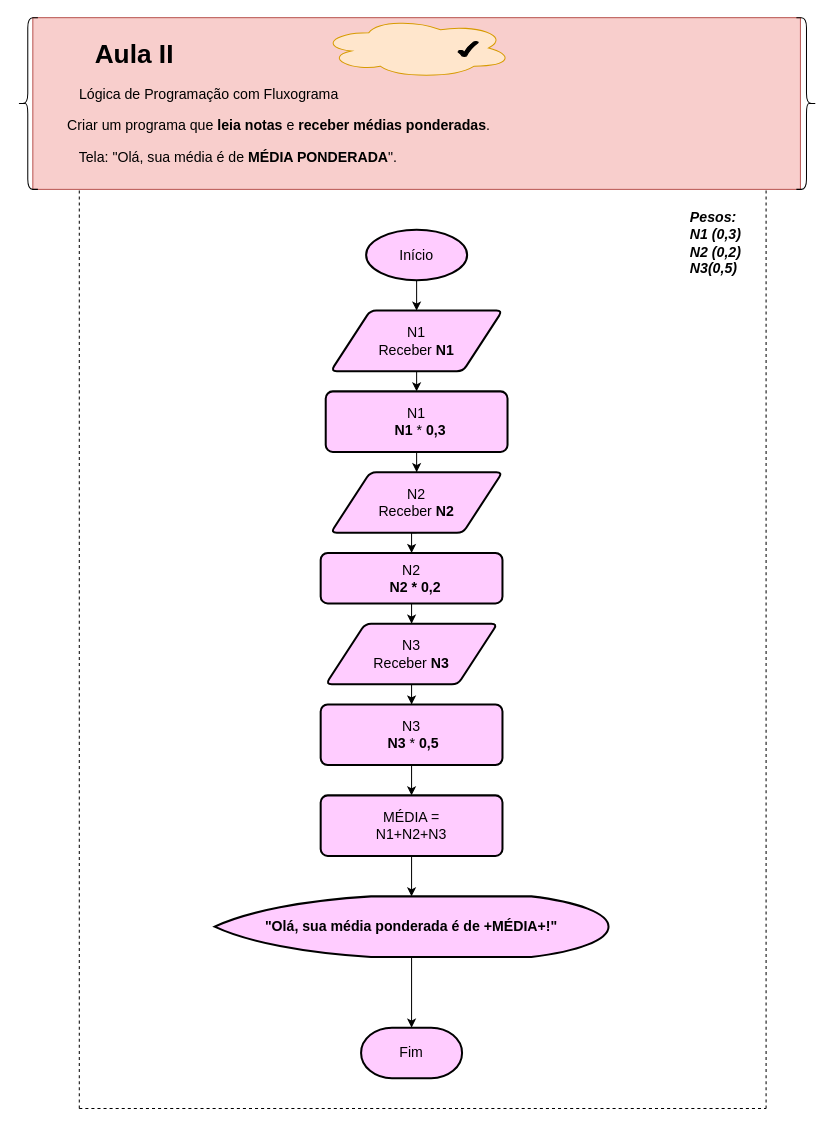
Earlier version of the draw.io diagram page "4.LeituraPonderada" (4 of 7) of Untitled Diagram.drawio (RafaelaCurti/CurtiCurso). Source tidied: cells renumbered, new cells numbered last; positions are measured from the earlier drawing's top-left corner, leaving out a move shared by most shapes. Both pictures are drawn from the tidied source at 101%, with x=0, y=0 at pixel (17, 17).
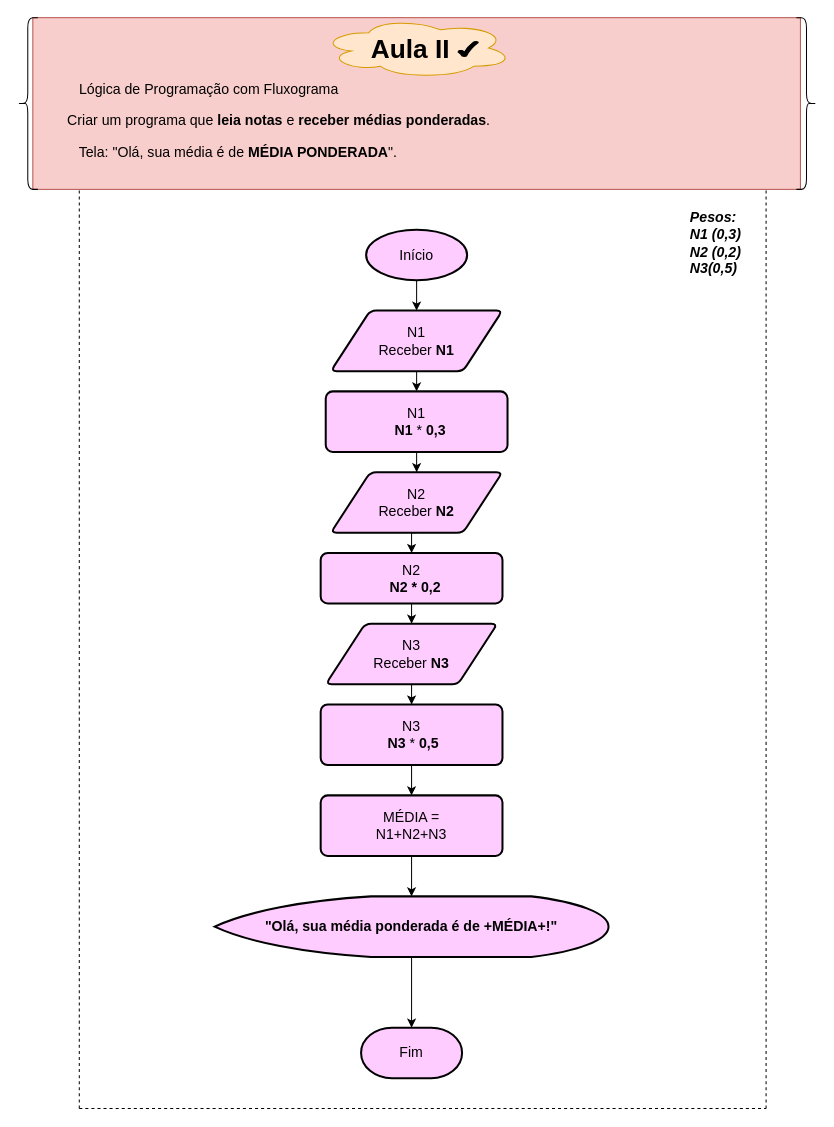
The same page after the edit.

Diff of the diagram source:
```diff
@@
-    <mxCell id="6" value="&lt;h1&gt;&lt;span style=&quot;white-space: pre&quot;&gt; &lt;/span&gt;&lt;span style=&quot;white-space: pre&quot;&gt; &lt;/span&gt;&lt;span style=&quot;white-space: pre&quot;&gt; &lt;/span&gt;&lt;span style=&quot;white-space: pre&quot;&gt; &lt;/span&gt;&lt;span style=&quot;white-space: pre&quot;&gt; &lt;/span&gt;&lt;span style=&quot;white-space: pre&quot;&gt; &lt;/span&gt;&amp;nbsp;&lt;font style=&quot;font-size: 26px&quot;&gt;Aula II&lt;/font&gt;&lt;br&gt;&lt;/h1&gt;&lt;p style=&quot;font-size: 14px&quot;&gt;&lt;span style=&quot;white-space: pre&quot;&gt; &lt;/span&gt;&lt;span style=&quot;white-space: pre&quot;&gt; &lt;/span&gt;&lt;span style=&quot;white-space: pre&quot;&gt; &lt;/span&gt;&lt;span style=&quot;white-space: pre&quot;&gt; &lt;/span&gt;&lt;span style=&quot;white-space: pre&quot;&gt; &lt;/span&gt;&lt;span style=&quot;white-space: pre&quot;&gt; &lt;/span&gt;&lt;span style=&quot;white-space: pre&quot;&gt; &lt;span style=&quot;white-space: pre&quot;&gt; &lt;/span&gt;&lt;/span&gt;Lógica de Programação com Fluxograma&lt;br&gt;&lt;/p&gt;&lt;p style=&quot;font-size: 14px&quot;&gt;&lt;span style=&quot;white-space: pre&quot;&gt; &lt;/span&gt;&lt;span style=&quot;white-space: pre&quot;&gt; &lt;span style=&quot;white-space: pre&quot;&gt; &lt;/span&gt;&lt;span style=&quot;white-space: pre&quot;&gt; &lt;/span&gt;&lt;span style=&quot;white-space: pre&quot;&gt; &lt;/span&gt;&lt;/span&gt;Criar um programa que &lt;b&gt;leia notas &lt;/b&gt;e &lt;b&gt;receber médias ponderadas&lt;/b&gt;.&amp;nbsp;&lt;/p&gt;&lt;p style=&quot;font-size: 14px&quot;&gt;&lt;span style=&quot;white-space: pre&quot;&gt; &lt;/span&gt;&lt;span style=&quot;white-space: pre&quot;&gt; &lt;/span&gt;&lt;span style=&quot;white-space: pre&quot;&gt; &lt;/span&gt;&lt;span style=&quot;white-space: pre&quot;&gt; &lt;/span&gt;&lt;span style=&quot;white-space: pre&quot;&gt; &lt;/span&gt;&lt;span style=&quot;white-space: pre&quot;&gt; &lt;/span&gt;&lt;span style=&quot;white-space: pre&quot;&gt; &lt;/span&gt;&lt;span style=&quot;white-space: pre&quot;&gt; &lt;/span&gt;Tela: &quot;Olá, sua média é de &lt;b&gt;MÉDIA PONDERADA&lt;/b&gt;&quot;.&lt;/p&gt;" style="text;html=1;strokeColor=none;fillColor=none;spacing=5;spacingTop=-20;whiteSpace=wrap;overflow=hidden;rounded=0;" parent="1" vertex="1">
-      <mxGeometry x="25" y="15" width="750" height="145" as="geometry" />
+    <mxCell id="6" value="&lt;h1&gt;&lt;span style=&quot;white-space: pre&quot;&gt; &lt;/span&gt;&lt;span style=&quot;white-space: pre&quot;&gt; &lt;/span&gt;&lt;span style=&quot;white-space: pre&quot;&gt; &lt;/span&gt;&lt;span style=&quot;white-space: pre&quot;&gt; &lt;/span&gt;&lt;span style=&quot;white-space: pre&quot;&gt; &lt;/span&gt;&lt;span style=&quot;white-space: pre&quot;&gt;                                          &lt;/span&gt;&amp;nbsp;&lt;font style=&quot;font-size: 26px&quot;&gt;Aula II&lt;/font&gt;&lt;br&gt;&lt;/h1&gt;&lt;p style=&quot;font-size: 14px&quot;&gt;&lt;span style=&quot;white-space: pre&quot;&gt; &lt;/span&gt;&lt;span style=&quot;white-space: pre&quot;&gt; &lt;/span&gt;&lt;span style=&quot;white-space: pre&quot;&gt; &lt;/span&gt;&lt;span style=&quot;white-space: pre&quot;&gt; &lt;/span&gt;&lt;span style=&quot;white-space: pre&quot;&gt; &lt;/span&gt;&lt;span style=&quot;white-space: pre&quot;&gt; &lt;/span&gt;&lt;span style=&quot;white-space: pre&quot;&gt; &lt;span style=&quot;white-space: pre&quot;&gt; &lt;/span&gt;&lt;/span&gt;Lógica de Programação com Fluxograma&lt;br&gt;&lt;/p&gt;&lt;p style=&quot;font-size: 14px&quot;&gt;&lt;span style=&quot;white-space: pre&quot;&gt; &lt;/span&gt;&lt;span style=&quot;white-space: pre&quot;&gt; &lt;span style=&quot;white-space: pre&quot;&gt; &lt;/span&gt;&lt;span style=&quot;white-space: pre&quot;&gt; &lt;/span&gt;&lt;span style=&quot;white-space: pre&quot;&gt; &lt;/span&gt;&lt;/span&gt;Criar um programa que &lt;b&gt;leia notas &lt;/b&gt;e &lt;b&gt;receber médias ponderadas&lt;/b&gt;.&amp;nbsp;&lt;/p&gt;&lt;p style=&quot;font-size: 14px&quot;&gt;&lt;span style=&quot;white-space: pre&quot;&gt; &lt;/span&gt;&lt;span style=&quot;white-space: pre&quot;&gt; &lt;/span&gt;&lt;span style=&quot;white-space: pre&quot;&gt; &lt;/span&gt;&lt;span style=&quot;white-space: pre&quot;&gt; &lt;/span&gt;&lt;span style=&quot;white-space: pre&quot;&gt; &lt;/span&gt;&lt;span style=&quot;white-space: pre&quot;&gt; &lt;/span&gt;&lt;span style=&quot;white-space: pre&quot;&gt; &lt;/span&gt;&lt;span style=&quot;white-space: pre&quot;&gt; &lt;/span&gt;Tela: &quot;Olá, sua média é de &lt;b&gt;MÉDIA PONDERADA&lt;/b&gt;&quot;.&lt;/p&gt;" style="text;html=1;strokeColor=none;fillColor=none;spacing=5;spacingTop=-20;whiteSpace=wrap;overflow=hidden;rounded=0;" parent="1" vertex="1">
+      <mxGeometry x="25" y="10" width="750" height="150" as="geometry" />
     </mxCell>
```
